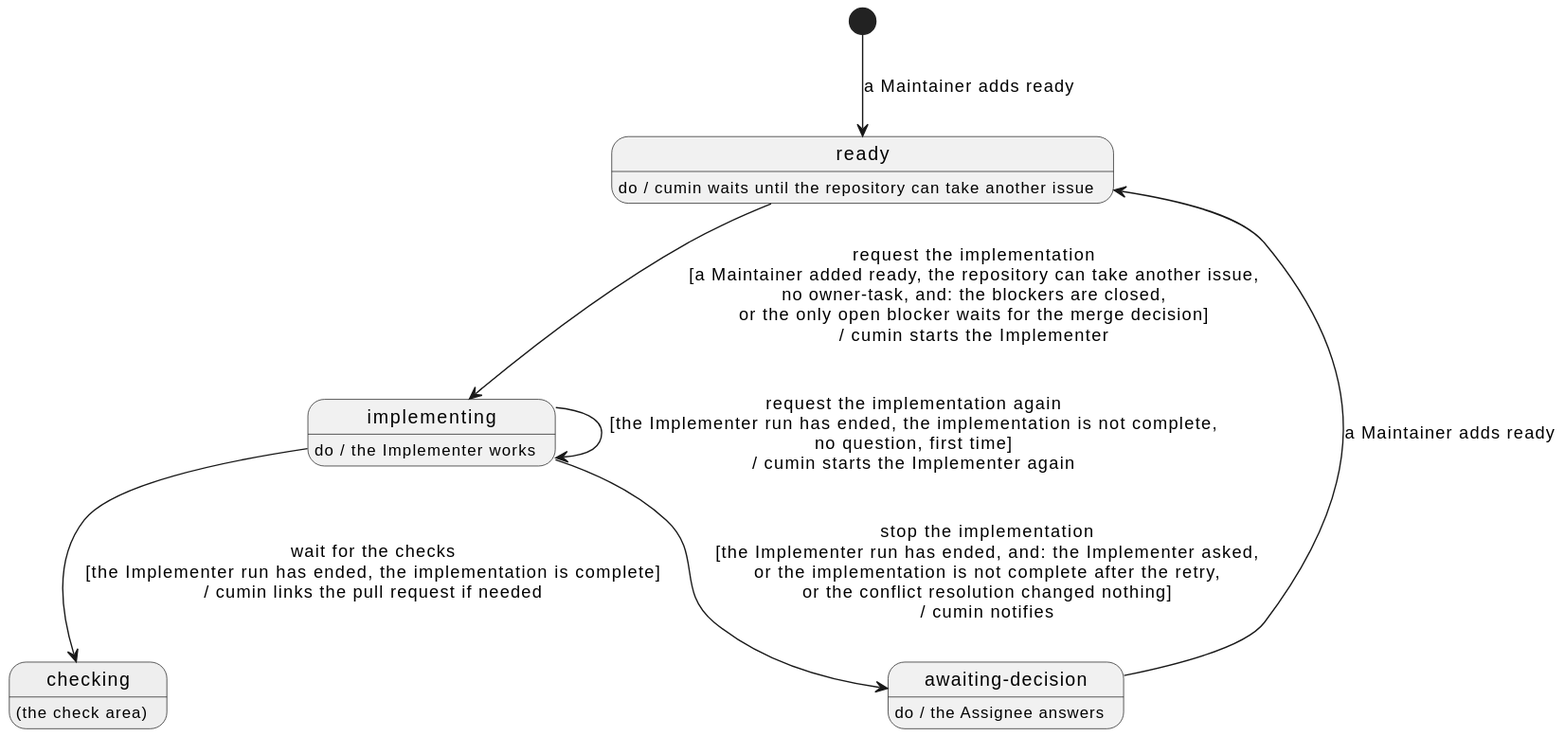
The PlantUML diagram docs/ja/requirements/impl/overview.svg in cloveclovedev/cumin-works, before a commit.
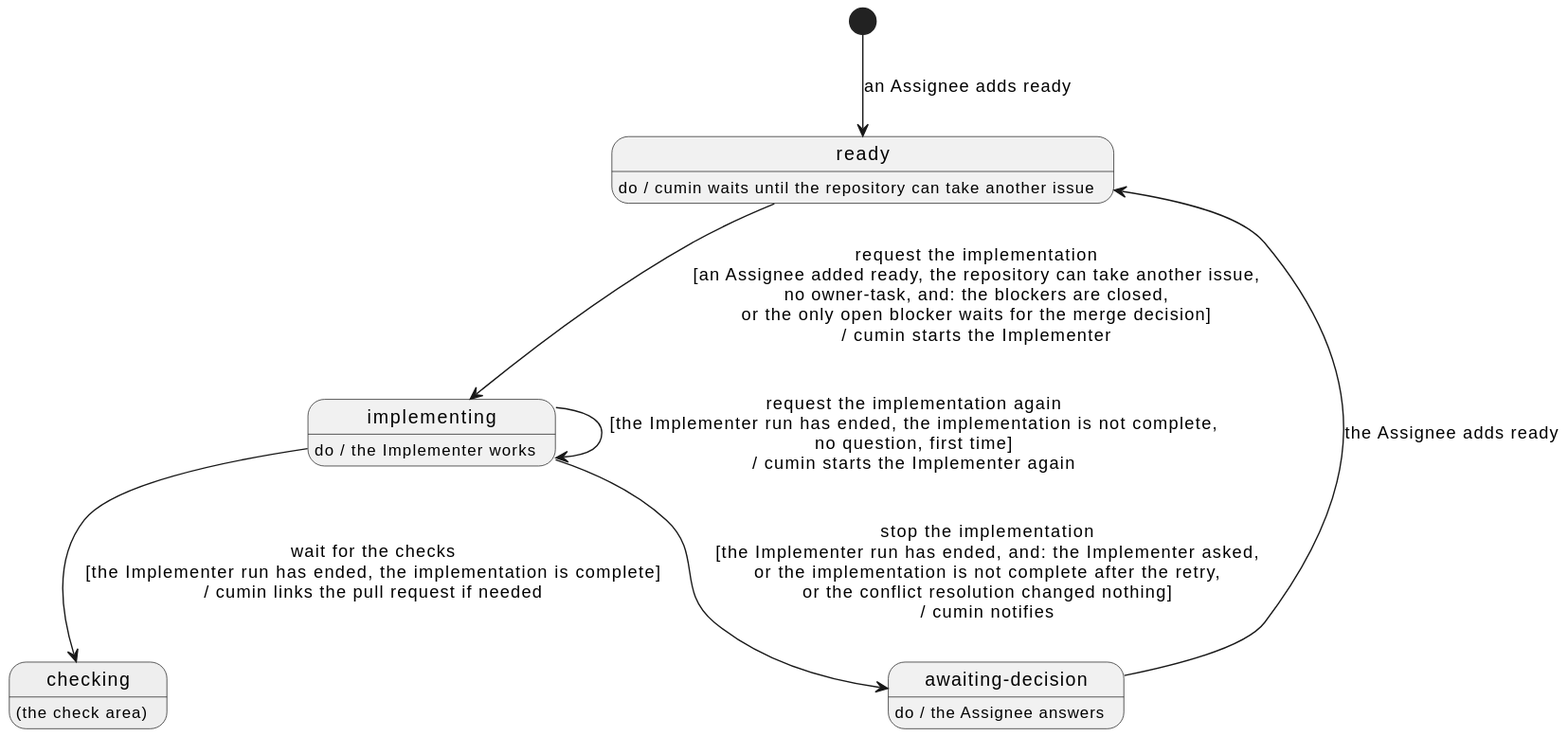
After the change.

Commit message:
docs(requirements): let only an Assignee start an implementation with ready

What changed in the source:
```diff
@@ -14,10 +14,10 @@
 state "awaiting-decision" as Decision
 Decision : do / the Assignee answers
 
-[*] --> Ready : a Maintainer adds ready
-Ready --> Implementing : request the implementation\n[a Maintainer added ready, the repository can take another issue,\nno owner-task, and: the blockers are closed,\nor the only open blocker waits for the merge decision]\n/ cumin starts the Implementer
+[*] --> Ready : an Assignee adds ready
+Ready --> Implementing : request the implementation\n[an Assignee added ready, the repository can take another issue,\nno owner-task, and: the blockers are closed,\nor the only open blocker waits for the merge decision]\n/ cumin starts the Implementer
 Implementing --> Checking : wait for the checks\n[the Implementer run has ended, the implementation is complete]\n/ cumin links the pull request if needed
 Implementing --> Implementing : request the implementation again\n[the Implementer run has ended, the implementation is not complete,\nno question, first time]\n/ cumin starts the Implementer again
 Implementing --> Decision : stop the implementation\n[the Implementer run has ended, and: the Implementer asked,\nor the implementation is not complete after the retry,\nor the conflict resolution changed nothing]\n/ cumin notifies
-Decision --> Ready : a Maintainer adds ready
+Decision --> Ready : the Assignee adds ready
 @enduml
```
